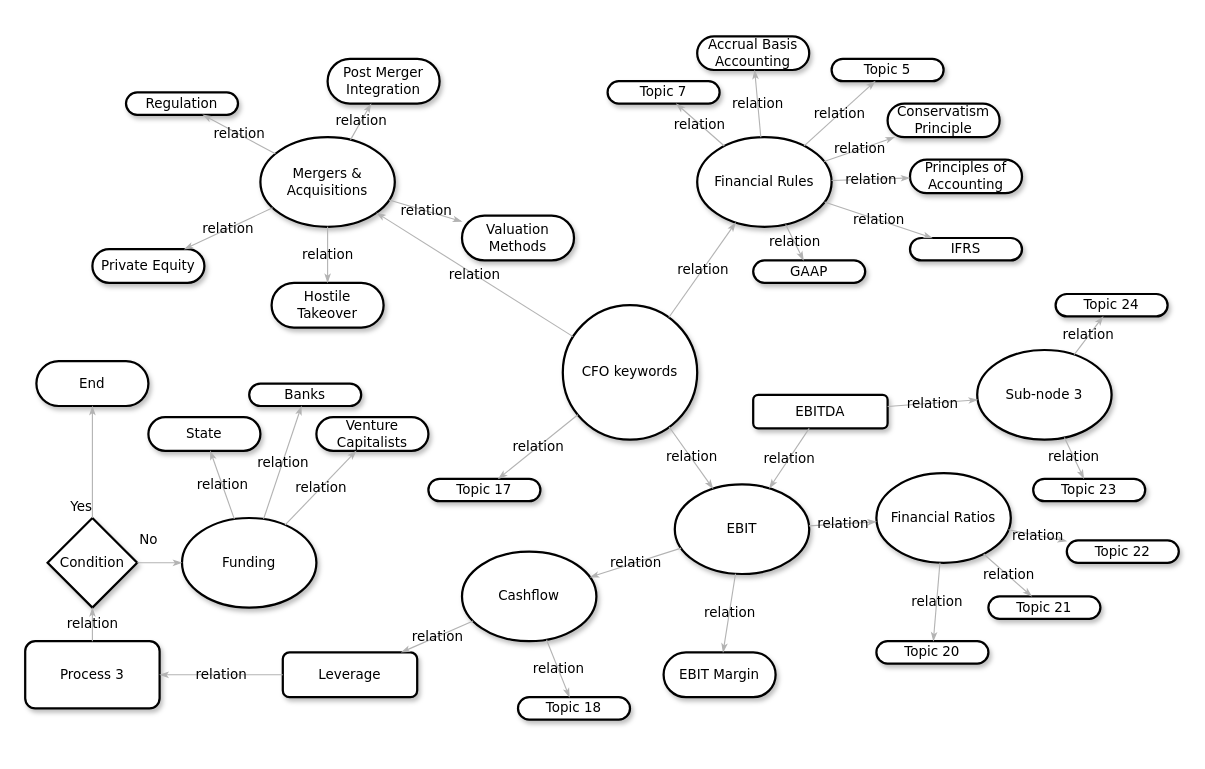
Earlier version of the draw.io diagram Untitled Diagram.drawio (solomonsunder/mindmap). Source tidied: cells renumbered, new cells numbered last; positions are measured from the earlier drawing's top-left corner, leaving out a move shared by most shapes. Both pictures are drawn from the tidied source at 112%, with x=0, y=0 at pixel (25, 36).
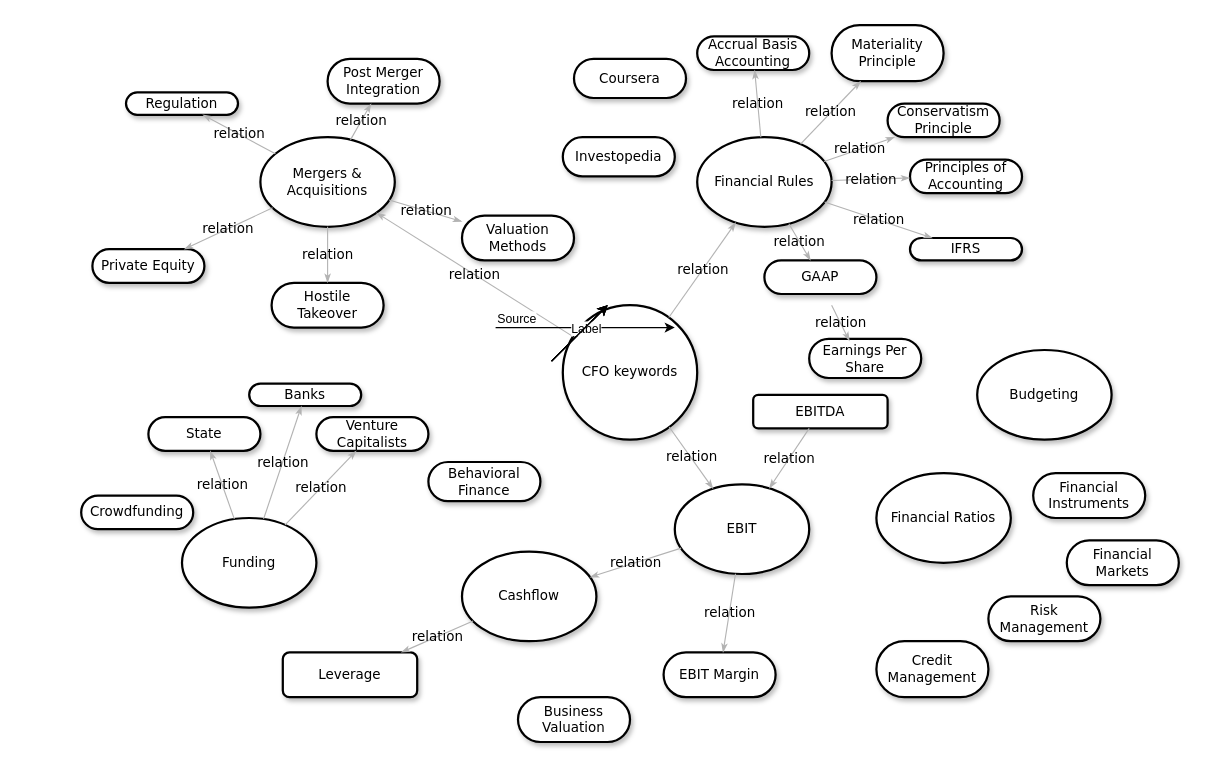
The same diagram, later.

Unchanged cells that the change refers to:
```xml
<mxCell id="4" value="Financial Rules" style="ellipse;whiteSpace=wrap;html=1;rounded=1;shadow=1;comic=0;labelBackgroundColor=none;strokeWidth=2;fontFamily=Verdana;fontSize=12;align=center;" parent="1" vertex="1">
  <mxGeometry x="600" y="90" width="120" height="80" as="geometry" />
</mxCell>
<mxCell id="5" value="CFO keywords" style="ellipse;whiteSpace=wrap;html=1;rounded=1;shadow=1;comic=0;labelBackgroundColor=none;strokeWidth=2;fontFamily=Verdana;fontSize=12;align=center;" parent="1" vertex="1">
  <mxGeometry x="480" y="240" width="120" height="120" as="geometry" />
</mxCell>
<mxCell id="6" value="&lt;span&gt;EBIT&lt;/span&gt;" style="ellipse;whiteSpace=wrap;html=1;rounded=1;shadow=1;comic=0;labelBackgroundColor=none;strokeWidth=2;fontFamily=Verdana;fontSize=12;align=center;" parent="1" vertex="1">
  <mxGeometry x="580" y="400" width="120" height="80" as="geometry" />
</mxCell>
<mxCell id="7" value="&lt;span&gt;Financial Ratios&lt;/span&gt;" style="ellipse;whiteSpace=wrap;html=1;rounded=1;shadow=1;comic=0;labelBackgroundColor=none;strokeWidth=2;fontFamily=Verdana;fontSize=12;align=center;" parent="1" vertex="1">
  <mxGeometry x="760" y="390" width="120" height="80" as="geometry" />
</mxCell>
<mxCell id="8" value="&lt;span&gt;Cashflow&lt;/span&gt;" style="ellipse;whiteSpace=wrap;html=1;rounded=1;shadow=1;comic=0;labelBackgroundColor=none;strokeWidth=2;fontFamily=Verdana;fontSize=12;align=center;" parent="1" vertex="1">
  <mxGeometry x="390" y="460" width="120" height="80" as="geometry" />
</mxCell>
<mxCell id="24" value="Leverage" style="rounded=1;whiteSpace=wrap;html=1;shadow=1;comic=0;labelBackgroundColor=none;strokeWidth=2;fontFamily=Verdana;fontSize=12;align=center;" parent="1" vertex="1">
  <mxGeometry x="230" y="550" width="120" height="40" as="geometry" />
</mxCell>
<mxCell id="47" value="EBITDA" style="rounded=1;whiteSpace=wrap;html=1;shadow=1;comic=0;labelBackgroundColor=none;strokeWidth=2;fontFamily=Verdana;fontSize=12;align=center;" parent="1" vertex="1">
  <mxGeometry x="650" y="320" width="120" height="30" as="geometry" />
</mxCell>
<mxCell id="62" value="&lt;span&gt;Funding&lt;/span&gt;" style="ellipse;whiteSpace=wrap;html=1;rounded=1;shadow=1;comic=0;labelBackgroundColor=none;strokeWidth=2;fontFamily=Verdana;fontSize=12;align=center;" parent="1" vertex="1">
  <mxGeometry x="140" y="430" width="120" height="80" as="geometry" />
</mxCell>
```

Change to the diagram source:
```diff
@@
-    <mxCell id="11" value="&lt;span&gt;Topic 7&lt;/span&gt;" style="whiteSpace=wrap;html=1;rounded=1;shadow=1;comic=0;labelBackgroundColor=none;strokeWidth=2;fontFamily=Verdana;fontSize=12;align=center;arcSize=50;" parent="1" vertex="1">
-      <mxGeometry x="520" y="40" width="100" height="20" as="geometry" />
+    <mxCell id="11" value="&lt;span&gt;Investopedia&lt;/span&gt;" style="whiteSpace=wrap;html=1;rounded=1;shadow=1;comic=0;labelBackgroundColor=none;strokeWidth=2;fontFamily=Verdana;fontSize=12;align=center;arcSize=50;" parent="1" vertex="1">
+      <mxGeometry x="480" y="90" width="100" height="35" as="geometry" />
     </mxCell>
-    <mxCell id="12" value="&lt;span&gt;Topic 21&lt;/span&gt;" style="whiteSpace=wrap;html=1;rounded=1;shadow=1;comic=0;labelBackgroundColor=none;strokeWidth=2;fontFamily=Verdana;fontSize=12;align=center;arcSize=50;" parent="1" vertex="1">
-      <mxGeometry x="860" y="500" width="100" height="20" as="geometry" />
+    <mxCell id="12" value="&lt;span&gt;Risk Management&lt;br&gt;&lt;/span&gt;" style="whiteSpace=wrap;html=1;rounded=1;shadow=1;comic=0;labelBackgroundColor=none;strokeWidth=2;fontFamily=Verdana;fontSize=12;align=center;arcSize=50;" parent="1" vertex="1">
+      <mxGeometry x="860" y="500" width="100" height="40" as="geometry" />
     </mxCell>
-    <mxCell id="13" value="&lt;span&gt;Topic 22&lt;/span&gt;" style="whiteSpace=wrap;html=1;rounded=1;shadow=1;comic=0;labelBackgroundColor=none;strokeWidth=2;fontFamily=Verdana;fontSize=12;align=center;arcSize=50;" parent="1" vertex="1">
-      <mxGeometry x="930" y="450" width="100" height="20" as="geometry" />
+    <mxCell id="13" value="&lt;span&gt;Financial Markets&lt;/span&gt;" style="whiteSpace=wrap;html=1;rounded=1;shadow=1;comic=0;labelBackgroundColor=none;strokeWidth=2;fontFamily=Verdana;fontSize=12;align=center;arcSize=50;" parent="1" vertex="1">
+      <mxGeometry x="930" y="450" width="100" height="40" as="geometry" />
     </mxCell>
@@
-    <mxCell id="15" value="&lt;span&gt;Topic 5&lt;/span&gt;" style="whiteSpace=wrap;html=1;rounded=1;shadow=1;comic=0;labelBackgroundColor=none;strokeWidth=2;fontFamily=Verdana;fontSize=12;align=center;arcSize=50;" parent="1" vertex="1">
-      <mxGeometry x="720" y="20" width="100" height="20" as="geometry" />
+    <mxCell id="15" value="Materiality Principle" style="whiteSpace=wrap;html=1;rounded=1;shadow=1;comic=0;labelBackgroundColor=none;strokeWidth=2;fontFamily=Verdana;fontSize=12;align=center;arcSize=50;" parent="1" vertex="1">
+      <mxGeometry x="720" y="-10" width="100" height="50" as="geometry" />
     </mxCell>
@@
     <mxCell id="19" value="GAAP" style="whiteSpace=wrap;html=1;rounded=1;shadow=1;comic=0;labelBackgroundColor=none;strokeWidth=2;fontFamily=Verdana;fontSize=12;align=center;arcSize=50;" parent="1" vertex="1">
-      <mxGeometry x="650" y="200" width="100" height="20" as="geometry" />
+      <mxGeometry x="660" y="200" width="100" height="30" as="geometry" />
     </mxCell>
-    <mxCell id="20" value="&lt;span&gt;Topic 20&lt;/span&gt;" style="whiteSpace=wrap;html=1;rounded=1;shadow=1;comic=0;labelBackgroundColor=none;strokeWidth=2;fontFamily=Verdana;fontSize=12;align=center;arcSize=50;" parent="1" vertex="1">
-      <mxGeometry x="760" y="540" width="100" height="20" as="geometry" />
+    <mxCell id="20" value="&lt;span&gt;Credit Management&lt;/span&gt;" style="whiteSpace=wrap;html=1;rounded=1;shadow=1;comic=0;labelBackgroundColor=none;strokeWidth=2;fontFamily=Verdana;fontSize=12;align=center;arcSize=50;" parent="1" vertex="1">
+      <mxGeometry x="760" y="540" width="100" height="50" as="geometry" />
     </mxCell>
-    <mxCell id="21" value="End" style="whiteSpace=wrap;html=1;rounded=1;shadow=1;comic=0;labelBackgroundColor=none;strokeWidth=2;fontFamily=Verdana;fontSize=12;align=center;arcSize=50;" parent="1" vertex="1">
-      <mxGeometry x="10" y="290" width="100" height="40" as="geometry" />
-    </mxCell>
-    <mxCell id="22" value="Condition" style="rhombus;whiteSpace=wrap;html=1;rounded=0;shadow=1;comic=0;labelBackgroundColor=none;strokeWidth=2;fontFamily=Verdana;fontSize=12;align=center;" parent="1" vertex="1">
-      <mxGeometry x="20" y="430" width="80" height="80" as="geometry" />
-    </mxCell>
-    <mxCell id="23" value="&lt;span&gt;Process 3&lt;/span&gt;" style="rounded=1;whiteSpace=wrap;html=1;shadow=1;comic=0;labelBackgroundColor=none;strokeWidth=2;fontFamily=Verdana;fontSize=12;align=center;" parent="1" vertex="1">
-      <mxGeometry y="540" width="120" height="60" as="geometry" />
-    </mxCell>
@@
-    <mxCell id="32" value="relation" style="edgeStyle=none;rounded=1;html=1;labelBackgroundColor=none;startArrow=none;startFill=0;startSize=5;endArrow=classicThin;endFill=1;endSize=5;jettySize=auto;strokeColor=#B3B3B3;strokeWidth=1;fontFamily=Verdana;fontSize=12;" parent="1" edge="1" source="6" target="7">
-      <mxGeometry relative="1" as="geometry" />
-    </mxCell>
-    <mxCell id="33" value="relation" style="edgeStyle=none;rounded=1;html=1;labelBackgroundColor=none;startArrow=none;startFill=0;startSize=5;endArrow=classicThin;endFill=1;endSize=5;jettySize=auto;strokeColor=#B3B3B3;strokeWidth=1;fontFamily=Verdana;fontSize=12;" parent="1" edge="1" source="7" target="13">
-      <mxGeometry relative="1" as="geometry" />
-    </mxCell>
-    <mxCell id="34" value="relation" style="edgeStyle=none;rounded=1;html=1;labelBackgroundColor=none;startArrow=none;startFill=0;startSize=5;endArrow=classicThin;endFill=1;endSize=5;jettySize=auto;strokeColor=#B3B3B3;strokeWidth=1;fontFamily=Verdana;fontSize=12;" parent="1" edge="1" source="7" target="12">
-      <mxGeometry relative="1" as="geometry" />
-    </mxCell>
-    <mxCell id="35" value="relation" style="edgeStyle=none;rounded=1;html=1;labelBackgroundColor=none;startArrow=none;startFill=0;startSize=5;endArrow=classicThin;endFill=1;endSize=5;jettySize=auto;strokeColor=#B3B3B3;strokeWidth=1;fontFamily=Verdana;fontSize=12;" parent="1" edge="1" source="7" target="20">
-      <mxGeometry relative="1" as="geometry" />
-    </mxCell>
@@
-    <mxCell id="42" value="relation" style="edgeStyle=none;rounded=1;html=1;labelBackgroundColor=none;startArrow=none;startFill=0;startSize=5;endArrow=classicThin;endFill=1;endSize=5;jettySize=auto;strokeColor=#B3B3B3;strokeWidth=1;fontFamily=Verdana;fontSize=12;" parent="1" edge="1" source="4" target="11">
-      <mxGeometry relative="1" as="geometry" />
-    </mxCell>
@@
-    <mxCell id="44" value="relation" style="edgeStyle=none;rounded=1;html=1;labelBackgroundColor=none;startArrow=none;startFill=0;startSize=5;endArrow=classicThin;endFill=1;endSize=5;jettySize=auto;strokeColor=#B3B3B3;strokeWidth=1;fontFamily=Verdana;fontSize=12;" parent="1" edge="1" source="24" target="23">
-      <mxGeometry relative="1" as="geometry" />
-    </mxCell>
-    <mxCell id="45" value="relation" style="edgeStyle=none;rounded=1;html=1;labelBackgroundColor=none;startArrow=none;startFill=0;startSize=5;endArrow=classicThin;endFill=1;endSize=5;jettySize=auto;strokeColor=#B3B3B3;strokeWidth=1;fontFamily=Verdana;fontSize=12;" parent="1" edge="1" source="23" target="22">
-      <mxGeometry relative="1" as="geometry" />
-    </mxCell>
-    <mxCell id="46" value="Yes" style="edgeStyle=none;rounded=1;html=1;labelBackgroundColor=none;startArrow=none;startFill=0;startSize=5;endArrow=classicThin;endFill=1;endSize=5;jettySize=auto;strokeColor=#B3B3B3;strokeWidth=1;fontFamily=Verdana;fontSize=12;" parent="1" edge="1" source="22" target="21">
-      <mxGeometry x="-0.79" y="10" relative="1" as="geometry" />
-    </mxCell>
@@
-    <mxCell id="48" value="&lt;span&gt;Sub-node 3&lt;/span&gt;" style="ellipse;whiteSpace=wrap;html=1;rounded=1;shadow=1;comic=0;labelBackgroundColor=none;strokeWidth=2;fontFamily=Verdana;fontSize=12;align=center;" parent="1" vertex="1">
+    <mxCell id="48" value="&lt;span&gt;Budgeting&lt;/span&gt;" style="ellipse;whiteSpace=wrap;html=1;rounded=1;shadow=1;comic=0;labelBackgroundColor=none;strokeWidth=2;fontFamily=Verdana;fontSize=12;align=center;" parent="1" vertex="1">
       <mxGeometry x="850" y="280" width="120" height="80" as="geometry" />
     </mxCell>
-    <mxCell id="49" value="&lt;span&gt;Topic 24&lt;/span&gt;" style="whiteSpace=wrap;html=1;rounded=1;shadow=1;comic=0;labelBackgroundColor=none;strokeWidth=2;fontFamily=Verdana;fontSize=12;align=center;arcSize=50;" parent="1" vertex="1">
-      <mxGeometry x="920" y="230" width="100" height="20" as="geometry" />
-    </mxCell>
-    <mxCell id="50" value="&lt;span&gt;Topic 23&lt;/span&gt;" style="whiteSpace=wrap;html=1;rounded=1;shadow=1;comic=0;labelBackgroundColor=none;strokeWidth=2;fontFamily=Verdana;fontSize=12;align=center;arcSize=50;" parent="1" vertex="1">
-      <mxGeometry x="900" y="395" width="100" height="20" as="geometry" />
+    <mxCell id="50" value="&lt;span&gt;Financial Instruments&lt;/span&gt;" style="whiteSpace=wrap;html=1;rounded=1;shadow=1;comic=0;labelBackgroundColor=none;strokeWidth=2;fontFamily=Verdana;fontSize=12;align=center;arcSize=50;" parent="1" vertex="1">
+      <mxGeometry x="900" y="390" width="100" height="40" as="geometry" />
     </mxCell>
@@
-    <mxCell id="54" value="&lt;span&gt;Topic 18&lt;/span&gt;" style="whiteSpace=wrap;html=1;rounded=1;shadow=1;comic=0;labelBackgroundColor=none;strokeWidth=2;fontFamily=Verdana;fontSize=12;align=center;arcSize=50;" parent="1" vertex="1">
-      <mxGeometry x="440" y="590" width="100" height="20" as="geometry" />
+    <mxCell id="54" value="&lt;span&gt;Business Valuation&lt;/span&gt;" style="whiteSpace=wrap;html=1;rounded=1;shadow=1;comic=0;labelBackgroundColor=none;strokeWidth=2;fontFamily=Verdana;fontSize=12;align=center;arcSize=50;" parent="1" vertex="1">
+      <mxGeometry x="440" y="590" width="100" height="40" as="geometry" />
     </mxCell>
-    <mxCell id="55" value="&lt;span&gt;Topic 17&lt;/span&gt;" style="whiteSpace=wrap;html=1;rounded=1;shadow=1;comic=0;labelBackgroundColor=none;strokeWidth=2;fontFamily=Verdana;fontSize=12;align=center;arcSize=50;" parent="1" vertex="1">
-      <mxGeometry x="360" y="395" width="100" height="20" as="geometry" />
+    <mxCell id="55" value="&lt;span&gt;Behavioral Finance&lt;/span&gt;" style="whiteSpace=wrap;html=1;rounded=1;shadow=1;comic=0;labelBackgroundColor=none;strokeWidth=2;fontFamily=Verdana;fontSize=12;align=center;arcSize=50;" parent="1" vertex="1">
+      <mxGeometry x="360" y="380" width="100" height="35" as="geometry" />
     </mxCell>
@@
-    <mxCell id="58" value="relation" style="edgeStyle=none;rounded=1;html=1;labelBackgroundColor=none;startArrow=none;startFill=0;startSize=5;endArrow=classicThin;endFill=1;endSize=5;jettySize=auto;strokeColor=#B3B3B3;strokeWidth=1;fontFamily=Verdana;fontSize=12;" parent="1" edge="1" source="48" target="49">
-      <mxGeometry relative="1" as="geometry" />
-    </mxCell>
-    <mxCell id="59" value="relation" style="edgeStyle=none;rounded=1;html=1;labelBackgroundColor=none;startArrow=none;startFill=0;startSize=5;endArrow=classicThin;endFill=1;endSize=5;jettySize=auto;strokeColor=#B3B3B3;strokeWidth=1;fontFamily=Verdana;fontSize=12;" parent="1" edge="1" source="48" target="50">
-      <mxGeometry relative="1" as="geometry" />
-    </mxCell>
-    <mxCell id="60" value="relation" style="edgeStyle=none;rounded=1;html=1;labelBackgroundColor=none;startArrow=none;startFill=0;startSize=5;endArrow=classicThin;endFill=1;endSize=5;jettySize=auto;strokeColor=#B3B3B3;strokeWidth=1;fontFamily=Verdana;fontSize=12;" parent="1" edge="1" source="47" target="48">
-      <mxGeometry relative="1" as="geometry" />
-    </mxCell>
@@
-    <mxCell id="69" value="No" style="edgeStyle=none;rounded=1;html=1;labelBackgroundColor=none;startArrow=none;startFill=0;startSize=5;endArrow=classicThin;endFill=1;endSize=5;jettySize=auto;strokeColor=#B3B3B3;strokeWidth=1;fontFamily=Verdana;fontSize=12;" parent="1" edge="1" source="22" target="62">
-      <mxGeometry x="-0.5" y="20" relative="1" as="geometry" />
-    </mxCell>
-    <mxCell id="70" value="relation" style="edgeStyle=none;rounded=1;html=1;labelBackgroundColor=none;startArrow=none;startFill=0;startSize=5;endArrow=classicThin;endFill=1;endSize=5;jettySize=auto;strokeColor=#B3B3B3;strokeWidth=1;fontFamily=Verdana;fontSize=12;" parent="1" edge="1" source="5" target="55">
-      <mxGeometry relative="1" as="geometry" />
-    </mxCell>
@@
-    <mxCell id="72" value="relation" style="edgeStyle=none;rounded=1;html=1;labelBackgroundColor=none;startArrow=none;startFill=0;startSize=5;endArrow=classicThin;endFill=1;endSize=5;jettySize=auto;strokeColor=#B3B3B3;strokeWidth=1;fontFamily=Verdana;fontSize=12;" parent="1" edge="1" source="8" target="54">
-      <mxGeometry relative="1" as="geometry" />
-    </mxCell>
+    <mxCell id="73" value="&lt;span&gt;Crowdfunding&lt;/span&gt;" style="whiteSpace=wrap;html=1;rounded=1;shadow=1;comic=0;labelBackgroundColor=none;strokeWidth=2;fontFamily=Verdana;fontSize=12;align=center;arcSize=50;" parent="1" vertex="1">
+      <mxGeometry x="50" y="410" width="100" height="30" as="geometry" />
+    </mxCell>
+    <mxCell id="74" value="&lt;span&gt;Coursera&lt;/span&gt;" style="whiteSpace=wrap;html=1;rounded=1;shadow=1;comic=0;labelBackgroundColor=none;strokeWidth=2;fontFamily=Verdana;fontSize=12;align=center;arcSize=50;" parent="1" vertex="1">
+      <mxGeometry x="490" y="20" width="100" height="35" as="geometry" />
+    </mxCell>
+    <mxCell id="75" value="&lt;span&gt;Earnings Per Share&lt;/span&gt;" style="whiteSpace=wrap;html=1;rounded=1;shadow=1;comic=0;labelBackgroundColor=none;strokeWidth=2;fontFamily=Verdana;fontSize=12;align=center;arcSize=50;" parent="1" vertex="1">
+      <mxGeometry x="700" y="270" width="100" height="35" as="geometry" />
+    </mxCell>
+    <mxCell id="76" style="endArrow=classic;html=1;rounded=0;" parent="1" edge="1">
+      <mxGeometry relative="1" as="geometry">
+        <mxPoint x="470" y="290" as="sourcePoint" />
+        <mxPoint x="520" y="240" as="targetPoint" />
+      </mxGeometry>
+    </mxCell>
+    <mxCell id="77" style="endArrow=classic;html=1;rounded=0;" parent="1" edge="1">
+      <mxGeometry relative="1" as="geometry">
+        <mxPoint x="470" y="290" as="sourcePoint" />
+        <mxPoint x="520" y="240" as="targetPoint" />
+      </mxGeometry>
+    </mxCell>
+    <mxCell id="78" style="endArrow=classic;html=1;rounded=0;" parent="1" edge="1">
+      <mxGeometry relative="1" as="geometry">
+        <mxPoint x="470" y="290" as="sourcePoint" />
+        <mxPoint x="520" y="240" as="targetPoint" />
+      </mxGeometry>
+    </mxCell>
+    <mxCell id="79" style="endArrow=classic;html=1;rounded=0;" parent="1" edge="1">
+      <mxGeometry relative="1" as="geometry">
+        <mxPoint x="420" y="260" as="sourcePoint" />
+        <mxPoint x="580" y="260" as="targetPoint" />
+      </mxGeometry>
+    </mxCell>
+    <mxCell id="80" value="Label" style="edgeLabel;html=1;align=center;verticalAlign=middle;" parent="79" vertex="1">
+      <mxGeometry relative="1" as="geometry" />
+    </mxCell>
+    <mxCell id="81" value="Source" style="edgeLabel;html=1;align=left;verticalAlign=bottom;" parent="79" vertex="1">
+      <mxGeometry x="-1" relative="1" as="geometry" />
+    </mxCell>
+    <mxCell id="82" style="endArrow=classic;html=1;rounded=0;" parent="1" edge="1">
+      <mxGeometry relative="1" as="geometry">
+        <mxPoint x="470" y="290" as="sourcePoint" />
+        <mxPoint x="520" y="240" as="targetPoint" />
+      </mxGeometry>
+    </mxCell>
+    <mxCell id="83" style="endArrow=classic;html=1;rounded=0;" parent="1" edge="1">
+      <mxGeometry relative="1" as="geometry">
+        <mxPoint x="470" y="290" as="sourcePoint" />
+        <mxPoint x="520" y="240" as="targetPoint" />
+      </mxGeometry>
+    </mxCell>
+    <mxCell id="84" value="relation" style="edgeStyle=none;rounded=1;html=1;labelBackgroundColor=none;startArrow=none;startFill=0;startSize=5;endArrow=classicThin;endFill=1;endSize=5;jettySize=auto;orthogonalLoop=1;strokeColor=#B3B3B3;strokeWidth=1;fontFamily=Verdana;fontSize=12;" parent="1" edge="1">
+      <mxGeometry relative="1" as="geometry">
+        <mxPoint x="720" y="240" as="sourcePoint" />
+        <mxPoint x="736" y="272" as="targetPoint" />
+      </mxGeometry>
+    </mxCell>
```
